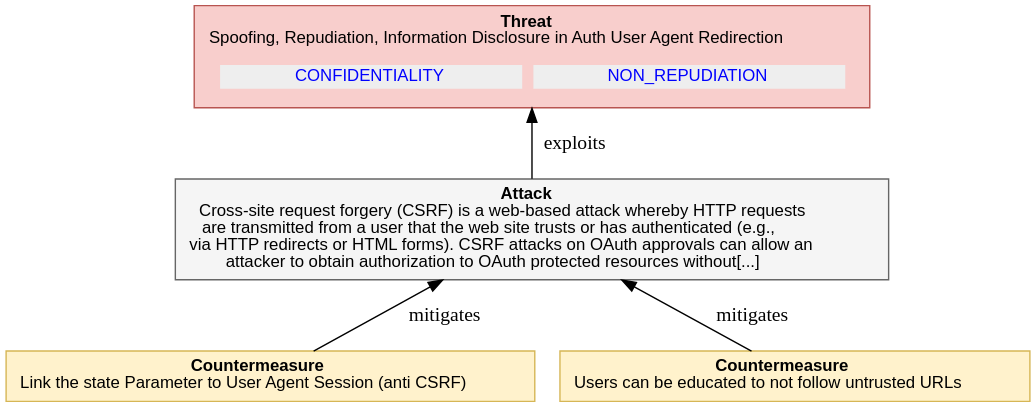
Above: report-examples/OAuth2/img/threatTree/4_4_1_8_CSRF_ON_REDIRECT.svg in DavidCervigni/threat-models (PlantUML), before the change. Its source is kept beside it as report-examples/OAuth2/img/threatTree/4_4_1_8_CSRF_ON_REDIRECT.puml. The source it was exported from:
```plantuml
@startuml
digraph G {
rankdir="BT";
  node [shape=plaintext, fontname="Arial" fontsize="12"];
    "4_4_1_8_CSRF_ON_REDIRECT" [ fillcolor="#F8CECC", style=filled, shape=polygon, color="#B85450"
    label=
    <<table border="0" cellborder="0" cellspacing="0">
     <tr><td align="center"><b>Threat</b><br/>

Spoofing, Repudiation, Information Disclosure in Auth User Agent Redirection
</td></tr>
     <tr><td><table border="0" cellborder="0" cellspacing="8"><tr>
                ret += secObj.linkedImpactMDText()
     <td align="center" href="#OAuth2.CONFIDENTIALITY" bgcolor="#EEEEEE"><font color="blue">CONFIDENTIALITY</font></td>
                ret += secObj.linkedImpactMDText()
     <td align="center" href="#OAuth2.NON_REPUDIATION" bgcolor="#EEEEEE"><font color="blue">NON_REPUDIATION</font></td>
     </tr></table></td></tr>
   </table>>
   ];

"4_4_1_8_CSRF_ON_REDIRECT_attack" [ fillcolor="#f5f5f5", style=filled, shape=polygon, color="#666666", label =
    <<table border="0" cellborder="0" cellspacing="0">
     <tr><td align="center"><b>Attack</b><br/>

Cross-site request forgery (CSRF) is a web-based attack whereby HTTP requests<br/>are transmitted from a user that the web site trusts or has authenticated (e.g.,<br/>via HTTP redirects or HTML forms). CSRF attacks on OAuth approvals can allow an<br/>attacker to obtain authorization to OAuth protected resources without[...]
</td></tr>
   </table>>
    ]

"4_4_1_8_CSRF_ON_REDIRECT_attack" -> "4_4_1_8_CSRF_ON_REDIRECT"  [label = " exploits"]

    "4_4_1_8_CSRF_ON_REDIRECT_countermeasure0" [
       fillcolor="#FFF2CC", style=filled, shape=polygon, color="#D6B656", label =
    <<table border="0" cellborder="0" cellspacing="0">
     <tr><td align="left"><b>Countermeasure</b><br/>

Link the state Parameter to User Agent Session (anti CSRF)
</td></tr>
   </table>>
   ]

     "4_4_1_8_CSRF_ON_REDIRECT_countermeasure0" -> "4_4_1_8_CSRF_ON_REDIRECT_attack" [label = " mitigates"]

    "4_4_1_8_CSRF_ON_REDIRECT_countermeasure1" [
       fillcolor="#FFF2CC", style=filled, shape=polygon, color="#D6B656", label =
    <<table border="0" cellborder="0" cellspacing="0">
     <tr><td align="left"><b>Countermeasure</b><br/>

Users can be educated to not follow untrusted URLs
</td></tr>
   </table>>
   ]

     "4_4_1_8_CSRF_ON_REDIRECT_countermeasure1" -> "4_4_1_8_CSRF_ON_REDIRECT_attack" [label = " mitigates"]

}
@enduml
```
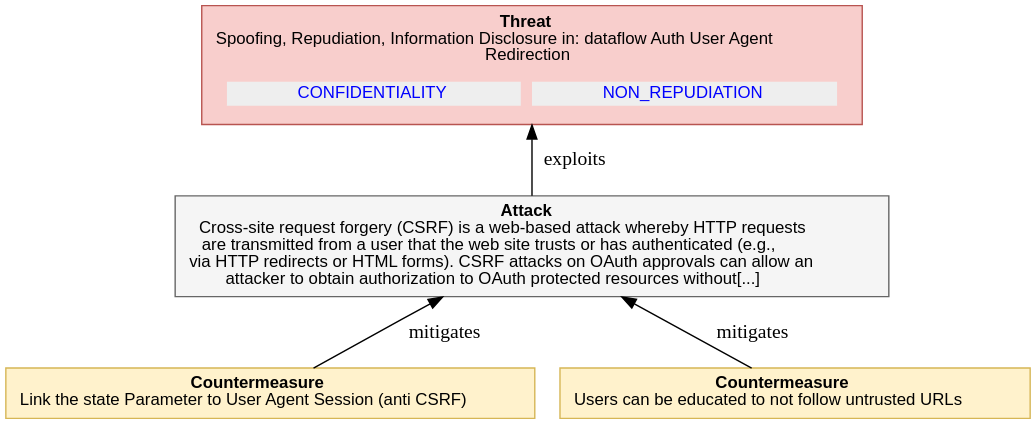
Later version of the same file.

Diff of the diagram source:
```diff
@@ -7,7 +7,7 @@
     <<table border="0" cellborder="0" cellspacing="0">
      <tr><td align="center"><b>Threat</b><br/>
 
-Spoofing, Repudiation, Information Disclosure in Auth User Agent Redirection
+Spoofing, Repudiation, Information Disclosure in: dataflow Auth User Agent<br/>Redirection
 </td></tr>
      <tr><td><table border="0" cellborder="0" cellspacing="8"><tr>
                 ret += secObj.linkedImpactMDText()
```
